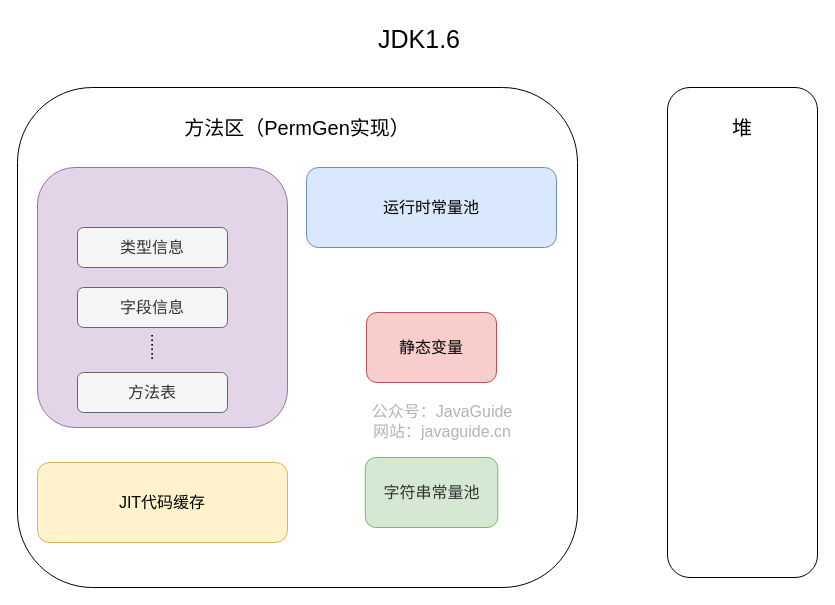
This is docs/java/jvm/pictures/memory-area/method-area-jdk1.6.drawio from Snailclimb/JavaGuide, a draw.io file, before an edit. Source tidied: cells renumbered, new cells numbered last; positions are measured from the earlier drawing's top-left corner, leaving out a move shared by most shapes. Both pictures are drawn from the tidied source at 100%, with x=0, y=0 at pixel (17, 17).
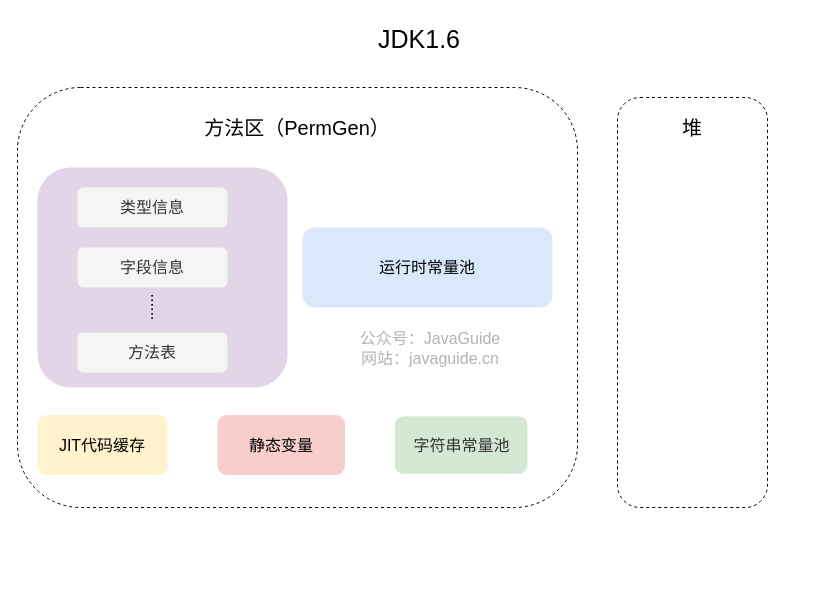
The same diagram, later.

Commit message (it also covers changes not shown here):
[docs update]修改了两张图片

The edit, as a diff of the source:
```diff
@@
 <mxGraphModel>
   <root>
     <mxCell id="0" />
     <mxCell id="1" parent="0" />
-    <mxCell id="2" style="rounded=1;whiteSpace=wrap;html=1;sketch=0;fontSize=16;glass=0;shadow=0;" parent="1" vertex="1">
-      <mxGeometry y="70" width="560" height="500" as="geometry" />
+    <mxCell id="2" style="rounded=1;whiteSpace=wrap;html=1;sketch=0;fontSize=16;glass=0;shadow=0;dashed=1;fillColor=none;" parent="1" vertex="1">
+      <mxGeometry y="70" width="560" height="420" as="geometry" />
     </mxCell>
-    <mxCell id="3" style="rounded=1;whiteSpace=wrap;html=1;sketch=0;fontSize=16;" parent="1" vertex="1">
-      <mxGeometry x="650" y="70" width="150" height="490" as="geometry" />
+    <mxCell id="3" style="rounded=1;whiteSpace=wrap;html=1;sketch=0;fontSize=16;dashed=1;fillColor=none;" parent="1" vertex="1">
+      <mxGeometry x="600" y="80" width="150" height="410" as="geometry" />
     </mxCell>
-    <mxCell id="4" value="静态变量" style="rounded=1;whiteSpace=wrap;html=1;fillColor=#f8cecc;strokeColor=#b85450;sketch=0;fontSize=16;" parent="1" vertex="1">
-      <mxGeometry x="349" y="295" width="130" height="70" as="geometry" />
+    <mxCell id="4" value="静态变量" style="rounded=1;whiteSpace=wrap;html=1;fillColor=#f8cecc;strokeColor=none;sketch=0;fontSize=16;" parent="1" vertex="1">
+      <mxGeometry x="200" y="397.5" width="127.5" height="60" as="geometry" />
     </mxCell>
-    <mxCell id="5" value="&lt;span style=&quot;color: rgb(51, 51, 51); font-size: 16px;&quot;&gt;字符串常量池&lt;/span&gt;" style="rounded=1;whiteSpace=wrap;html=1;fillColor=#d5e8d4;strokeColor=#82b366;sketch=0;fontSize=16;" parent="1" vertex="1">
-      <mxGeometry x="347.8" y="440" width="132.5" height="70" as="geometry" />
+    <mxCell id="5" value="&lt;span style=&quot;color: rgb(51, 51, 51); font-size: 16px;&quot;&gt;字符串常量池&lt;/span&gt;" style="rounded=1;whiteSpace=wrap;html=1;fillColor=#d5e8d4;strokeColor=none;sketch=0;fontSize=16;" parent="1" vertex="1">
+      <mxGeometry x="377.5" y="398.8" width="132.5" height="57.5" as="geometry" />
     </mxCell>
-    <mxCell id="6" style="rounded=1;whiteSpace=wrap;html=1;fillColor=#dae8fc;strokeColor=#6c8ebf;sketch=0;fontSize=16;glass=0;shadow=0;" parent="1" vertex="1">
-      <mxGeometry x="289" y="150" width="250" height="80" as="geometry" />
+    <mxCell id="6" style="rounded=1;whiteSpace=wrap;html=1;fillColor=#dae8fc;strokeColor=none;sketch=0;fontSize=16;glass=0;shadow=0;" parent="1" vertex="1">
+      <mxGeometry x="285" y="210" width="250" height="80" as="geometry" />
     </mxCell>
     <mxCell id="7" value="运行时常量池" style="text;html=1;strokeColor=none;fillColor=none;align=center;verticalAlign=middle;whiteSpace=wrap;rounded=1;fontSize=16;sketch=0;glass=0;shadow=0;" parent="1" vertex="1">
-      <mxGeometry x="274" y="180" width="280" height="20" as="geometry" />
+      <mxGeometry x="270" y="240" width="280" height="20" as="geometry" />
     </mxCell>
-    <mxCell id="8" value="JIT代码缓存" style="rounded=1;whiteSpace=wrap;html=1;fillColor=#fff2cc;strokeColor=#d6b656;sketch=0;fontSize=16;glass=0;shadow=0;" parent="1" vertex="1">
-      <mxGeometry x="20" y="445" width="250" height="80" as="geometry" />
+    <mxCell id="8" value="JIT代码缓存" style="rounded=1;whiteSpace=wrap;html=1;fillColor=#fff2cc;strokeColor=none;sketch=0;fontSize=16;glass=0;shadow=0;" parent="1" vertex="1">
+      <mxGeometry x="20" y="397.5" width="130" height="60" as="geometry" />
     </mxCell>
-    <mxCell id="9" style="rounded=1;whiteSpace=wrap;html=1;fillColor=#e1d5e7;strokeColor=#9673a6;sketch=0;fontSize=16;glass=0;shadow=0;" parent="1" vertex="1">
-      <mxGeometry x="20" y="150" width="250" height="260" as="geometry" />
+    <mxCell id="9" style="rounded=1;whiteSpace=wrap;html=1;fillColor=#e1d5e7;strokeColor=none;sketch=0;fontSize=16;glass=0;shadow=0;" parent="1" vertex="1">
+      <mxGeometry x="20" y="150" width="250" height="220" as="geometry" />
     </mxCell>
-    <mxCell id="10" value="类型信息" style="rounded=1;whiteSpace=wrap;html=1;fillColor=#f5f5f5;strokeColor=#666666;sketch=0;fontSize=16;fontColor=#333333;glass=0;shadow=0;" parent="1" vertex="1">
-      <mxGeometry x="60" y="210" width="150" height="40" as="geometry" />
+    <mxCell id="10" value="类型信息" style="rounded=1;whiteSpace=wrap;html=1;fillColor=#f5f5f5;strokeColor=none;sketch=0;fontSize=16;fontColor=#333333;glass=0;shadow=0;" parent="1" vertex="1">
+      <mxGeometry x="60" y="170" width="150" height="40" as="geometry" />
     </mxCell>
-    <mxCell id="11" value="字段信息" style="rounded=1;whiteSpace=wrap;html=1;fillColor=#f5f5f5;strokeColor=#666666;sketch=0;fontSize=16;fontColor=#333333;glass=0;shadow=0;" parent="1" vertex="1">
-      <mxGeometry x="60" y="270" width="150" height="40" as="geometry" />
+    <mxCell id="11" value="字段信息" style="rounded=1;whiteSpace=wrap;html=1;fillColor=#f5f5f5;strokeColor=none;sketch=0;fontSize=16;fontColor=#333333;glass=0;shadow=0;" parent="1" vertex="1">
+      <mxGeometry x="60" y="230" width="150" height="40" as="geometry" />
     </mxCell>
-    <mxCell id="12" value="方法表" style="rounded=1;whiteSpace=wrap;html=1;fillColor=#f5f5f5;strokeColor=#666666;sketch=0;fontSize=16;fontColor=#333333;glass=0;shadow=0;" parent="1" vertex="1">
-      <mxGeometry x="60" y="355" width="150" height="40" as="geometry" />
+    <mxCell id="12" value="方法表" style="rounded=1;whiteSpace=wrap;html=1;fillColor=#f5f5f5;strokeColor=none;sketch=0;fontSize=16;fontColor=#333333;glass=0;shadow=0;" parent="1" vertex="1">
+      <mxGeometry x="60" y="315" width="150" height="40" as="geometry" />
     </mxCell>
     <mxCell id="13" value="......" style="text;html=1;strokeColor=none;fillColor=none;align=center;verticalAlign=middle;whiteSpace=wrap;rounded=1;fontSize=16;horizontal=0;sketch=0;glass=1;shadow=0;" parent="1" vertex="1">
-      <mxGeometry x="110" y="320" width="40" height="20" as="geometry" />
+      <mxGeometry x="110" y="280" width="40" height="20" as="geometry" />
     </mxCell>
-    <mxCell id="14" value="方法区（PermGen实现）" style="text;html=1;strokeColor=none;fillColor=none;align=center;verticalAlign=middle;whiteSpace=wrap;rounded=1;fontSize=20;sketch=0;glass=1;shadow=0;" parent="1" vertex="1">
+    <mxCell id="14" value="方法区（PermGen）" style="text;html=1;strokeColor=none;fillColor=none;align=center;verticalAlign=middle;whiteSpace=wrap;rounded=1;fontSize=20;sketch=0;glass=1;shadow=0;" parent="1" vertex="1">
       <mxGeometry x="130" y="100" width="300" height="20" as="geometry" />
     </mxCell>
     <mxCell id="15" value="&lt;span style=&quot;color: rgb(0 , 0 , 0) ; font-family: &amp;#34;helvetica&amp;#34; ; font-size: 25px ; font-style: normal ; font-weight: 400 ; letter-spacing: normal ; text-align: center ; text-indent: 0px ; text-transform: none ; word-spacing: 0px ; display: inline ; float: none&quot;&gt;JDK1.6&lt;/span&gt;" style="text;whiteSpace=wrap;html=1;sketch=0;rounded=1;" parent="1" vertex="1">
       <mxGeometry x="359" width="110" height="30" as="geometry" />
     </mxCell>
     <mxCell id="16" value="堆" style="text;html=1;strokeColor=none;fillColor=none;align=center;verticalAlign=middle;whiteSpace=wrap;rounded=1;fontSize=20;sketch=0;glass=1;shadow=0;" parent="1" vertex="1">
-      <mxGeometry x="695" y="100" width="60" height="20" as="geometry" />
+      <mxGeometry x="645" y="100" width="60" height="20" as="geometry" />
     </mxCell>
     <mxCell id="17" value="公众号：JavaGuide&lt;br style=&quot;font-size: 16px;&quot;&gt;网站：javaguide.cn" style="text;html=1;strokeColor=none;fillColor=none;align=center;verticalAlign=middle;whiteSpace=wrap;rounded=0;labelBackgroundColor=none;fontSize=16;fontColor=#B3B3B3;rotation=0;sketch=0;shadow=0;" parent="1" vertex="1">
-      <mxGeometry x="340" y="380" width="170" height="47.5" as="geometry" />
+      <mxGeometry x="327.5" y="307.5" width="170" height="47.5" as="geometry" />
     </mxCell>
   </root>
 </mxGraphModel>
```
